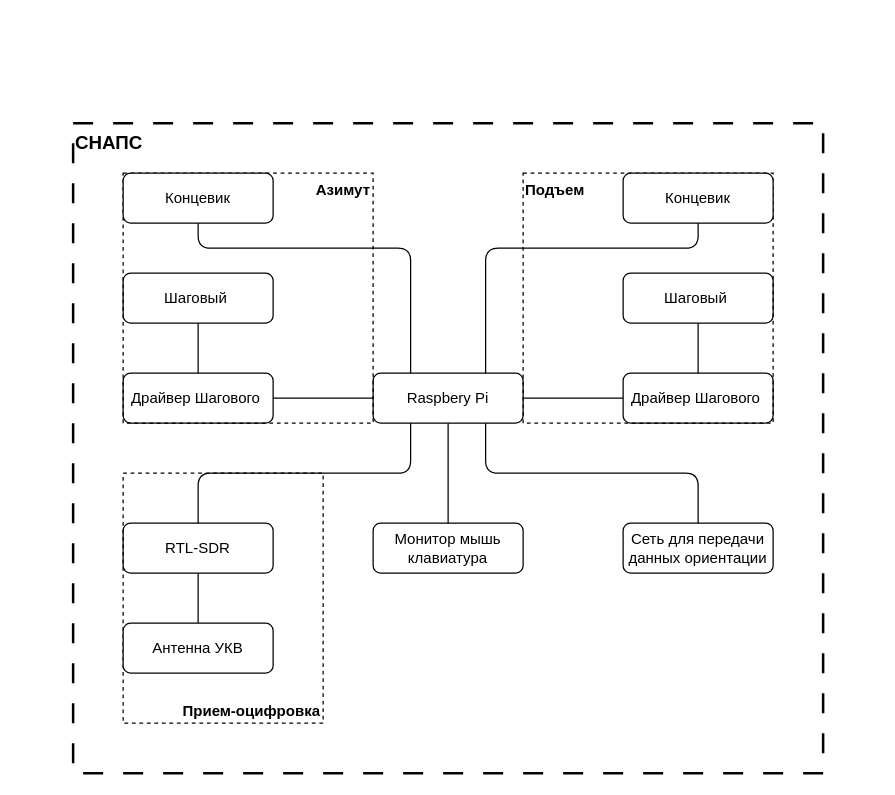
Earlier version of the draw.io diagram docs/Э1.drawio (Nik6820/stars-pcb). Source tidied: cells renumbered, new cells numbered last; positions are measured from the earlier drawing's top-left corner, leaving out a move shared by most shapes. Both pictures are drawn from the tidied source at 125%, with x=0, y=0 at pixel (72, 122).
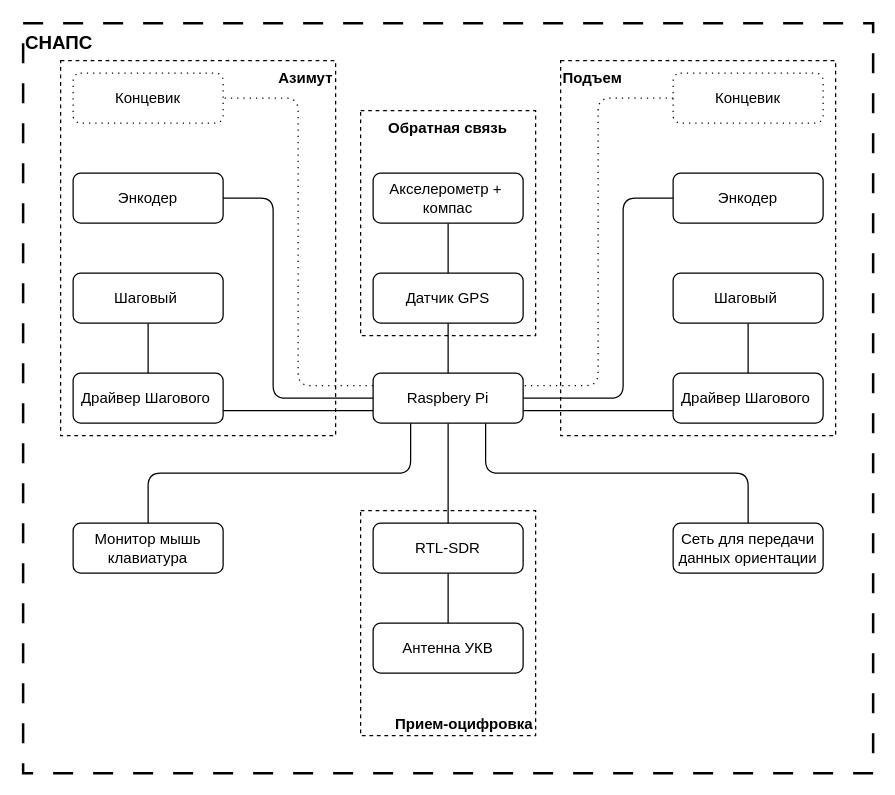
After the change.

Commit message (it also covers changes not shown here):
обновил схему

What changed in the source:
```diff
@@
+    <mxCell id="26" value="&lt;font style=&quot;font-size: 15px;&quot;&gt;СНАПС&lt;/font&gt;" style="rounded=0;whiteSpace=wrap;html=1;fillColor=none;dashed=1;dashPattern=8 8;strokeWidth=2;verticalAlign=top;align=left;fontStyle=1;" parent="1" vertex="1">
+      <mxGeometry x="-40" y="-80" width="680" height="600" as="geometry" />
+    </mxCell>
+    <mxCell id="27" value="Обратная связь" style="rounded=0;whiteSpace=wrap;html=1;dashed=1;fillColor=none;align=center;verticalAlign=top;fontStyle=1;" parent="1" vertex="1">
+      <mxGeometry x="230" y="-10" width="140" height="180" as="geometry" />
+    </mxCell>
+    <mxCell id="12" value="Азимут" style="rounded=0;whiteSpace=wrap;html=1;fillColor=none;dashed=1;align=right;verticalAlign=top;fontStyle=1;" parent="1" vertex="1">
+      <mxGeometry x="-10" y="-50" width="220" height="300" as="geometry" />
+    </mxCell>
+    <mxCell id="13" value="Подъем" style="rounded=0;whiteSpace=wrap;html=1;gradientColor=none;fillColor=none;dashed=1;align=left;verticalAlign=top;fontStyle=1;" parent="1" vertex="1">
+      <mxGeometry x="390" y="-50" width="220" height="300" as="geometry" />
+    </mxCell>
@@
     <mxCell id="3" value="&lt;span style=&quot;color: rgb(0, 0, 0);&quot;&gt;Драйвер Шагового&amp;nbsp;&lt;/span&gt;" style="rounded=1;whiteSpace=wrap;html=1;" parent="1" vertex="1">
-      <mxGeometry x="40" y="200" width="120" height="40" as="geometry" />
+      <mxGeometry y="200" width="120" height="40" as="geometry" />
     </mxCell>
-    <mxCell id="4" style="edgeStyle=none;html=1;endArrow=none;endFill=0;" parent="1" edge="1" source="7" target="3">
+    <mxCell id="4" style="edgeStyle=none;html=1;endArrow=none;endFill=0;exitX=0;exitY=0.75;exitDx=0;exitDy=0;entryX=1;entryY=0.75;entryDx=0;entryDy=0;" parent="1" edge="1" source="7" target="3">
       <mxGeometry relative="1" as="geometry" />
     </mxCell>
-    <mxCell id="5" style="edgeStyle=none;html=1;endArrow=none;endFill=0;" parent="1" edge="1" source="7" target="10">
+    <mxCell id="5" style="edgeStyle=none;html=1;endArrow=none;endFill=0;exitX=1;exitY=0.75;exitDx=0;exitDy=0;entryX=0;entryY=0.75;entryDx=0;entryDy=0;" parent="1" edge="1" source="7" target="10">
       <mxGeometry relative="1" as="geometry" />
     </mxCell>
@@
-    <mxCell id="7" value="&lt;span style=&quot;color: rgb(0, 0, 0);&quot;&gt;Raspbery Pi&lt;/span&gt;" style="rounded=1;whiteSpace=wrap;html=1;" parent="1" vertex="1">
-      <mxGeometry x="240" y="200" width="120" height="40" as="geometry" />
-    </mxCell>
     <mxCell id="8" value="&lt;span style=&quot;color: rgb(0, 0, 0);&quot;&gt;Шаговый&amp;nbsp;&lt;/span&gt;" style="rounded=1;whiteSpace=wrap;html=1;" parent="1" vertex="1">
-      <mxGeometry x="40" y="120" width="120" height="40" as="geometry" />
+      <mxGeometry y="120" width="120" height="40" as="geometry" />
     </mxCell>
@@
     <mxCell id="10" value="&lt;span style=&quot;color: rgb(0, 0, 0);&quot;&gt;Драйвер Шагового&amp;nbsp;&lt;/span&gt;" style="rounded=1;whiteSpace=wrap;html=1;" parent="1" vertex="1">
-      <mxGeometry x="440" y="200" width="120" height="40" as="geometry" />
+      <mxGeometry x="480" y="200" width="120" height="40" as="geometry" />
     </mxCell>
     <mxCell id="11" value="&lt;span style=&quot;color: rgb(0, 0, 0);&quot;&gt;Шаговый&amp;nbsp;&lt;/span&gt;" style="rounded=1;whiteSpace=wrap;html=1;" parent="1" vertex="1">
-      <mxGeometry x="440" y="120" width="120" height="40" as="geometry" />
+      <mxGeometry x="480" y="120" width="120" height="40" as="geometry" />
     </mxCell>
-    <mxCell id="12" value="Азимут" style="rounded=0;whiteSpace=wrap;html=1;fillColor=none;dashed=1;align=right;verticalAlign=top;fontStyle=1;" parent="1" vertex="1">
-      <mxGeometry x="40" y="40" width="200" height="200" as="geometry" />
-    </mxCell>
-    <mxCell id="13" value="Подъем" style="rounded=0;whiteSpace=wrap;html=1;gradientColor=none;fillColor=none;dashed=1;align=left;verticalAlign=top;fontStyle=1;" parent="1" vertex="1">
-      <mxGeometry x="360" y="40" width="200" height="200" as="geometry" />
-    </mxCell>
-    <mxCell id="14" value="Концевик" style="rounded=1;whiteSpace=wrap;html=1;" parent="1" vertex="1">
-      <mxGeometry x="440" y="40" width="120" height="40" as="geometry" />
+    <mxCell id="14" value="Концевик" style="rounded=1;whiteSpace=wrap;html=1;dashed=1;dashPattern=1 4;" parent="1" vertex="1">
+      <mxGeometry x="480" y="-40" width="120" height="40" as="geometry" />
     </mxCell>
     <mxCell id="15" value="Сеть для передачи данных ориентации" style="rounded=1;whiteSpace=wrap;html=1;" parent="1" vertex="1">
-      <mxGeometry x="440" y="320" width="120" height="40" as="geometry" />
+      <mxGeometry x="480" y="320" width="120" height="40" as="geometry" />
     </mxCell>
-    <mxCell id="16" style="endArrow=none;html=1;entryX=0.75;entryY=0;entryDx=0;entryDy=0;edgeStyle=elbowEdgeStyle;elbow=vertical;" parent="1" edge="1" source="14" target="7">
+    <mxCell id="16" style="endArrow=none;html=1;entryX=1;entryY=0.25;entryDx=0;entryDy=0;edgeStyle=elbowEdgeStyle;dashed=1;dashPattern=1 4;" parent="1" edge="1" source="14" target="7">
       <mxGeometry relative="1" as="geometry">
         <Array as="points">
-          <mxPoint x="410" y="100" />
+          <mxPoint x="420" y="100" />
         </Array>
       </mxGeometry>
     </mxCell>
@@
     <mxCell id="18" value="RTL-SDR" style="rounded=1;whiteSpace=wrap;html=1;" parent="1" vertex="1">
-      <mxGeometry x="40" y="320" width="120" height="40" as="geometry" />
+      <mxGeometry x="240" y="320" width="120" height="40" as="geometry" />
     </mxCell>
-    <mxCell id="19" style="endArrow=none;html=1;edgeStyle=elbowEdgeStyle;entryX=0.25;entryY=1;entryDx=0;entryDy=0;elbow=vertical;" parent="1" edge="1" source="18" target="7">
+    <mxCell id="19" style="endArrow=none;html=1;edgeStyle=elbowEdgeStyle;entryX=0.5;entryY=1;entryDx=0;entryDy=0;elbow=vertical;" parent="1" edge="1" source="18" target="7">
       <mxGeometry relative="1" as="geometry" />
     </mxCell>
-    <mxCell id="20" style="endArrow=none;html=1;" parent="1" edge="1" source="7" target="21">
+    <mxCell id="20" style="endArrow=none;html=1;exitX=0.25;exitY=1;exitDx=0;exitDy=0;edgeStyle=elbowEdgeStyle;elbow=vertical;" parent="1" edge="1" source="7" target="21">
       <mxGeometry relative="1" as="geometry" />
     </mxCell>
     <mxCell id="21" value="Монитор мышь клавиатура" style="rounded=1;whiteSpace=wrap;html=1;" parent="1" vertex="1">
-      <mxGeometry x="240" y="320" width="120" height="40" as="geometry" />
+      <mxGeometry y="320" width="120" height="40" as="geometry" />
     </mxCell>
-    <mxCell id="22" value="Концевик" style="rounded=1;whiteSpace=wrap;html=1;" parent="1" vertex="1">
-      <mxGeometry x="40" y="40" width="120" height="40" as="geometry" />
+    <mxCell id="22" value="Концевик" style="rounded=1;whiteSpace=wrap;html=1;dashed=1;dashPattern=1 4;" parent="1" vertex="1">
+      <mxGeometry y="-40" width="120" height="40" as="geometry" />
     </mxCell>
-    <mxCell id="23" style="endArrow=none;html=1;edgeStyle=elbowEdgeStyle;elbow=vertical;exitX=0.25;exitY=0;exitDx=0;exitDy=0;" parent="1" edge="1" source="7" target="22">
-      <mxGeometry relative="1" as="geometry">
-        <Array as="points">
-          <mxPoint x="190" y="100" />
-        </Array>
-      </mxGeometry>
+    <mxCell id="23" style="endArrow=none;html=1;edgeStyle=elbowEdgeStyle;exitX=0;exitY=0.25;exitDx=0;exitDy=0;dashed=1;dashPattern=1 4;" parent="1" edge="1" source="7" target="22">
+      <mxGeometry relative="1" as="geometry" />
     </mxCell>
     <mxCell id="24" value="Прием-оцифровка" style="rounded=0;whiteSpace=wrap;html=1;fillColor=none;dashed=1;align=right;verticalAlign=bottom;fontStyle=1;" parent="1" vertex="1">
-      <mxGeometry x="40" y="280" width="160" height="200" as="geometry" />
+      <mxGeometry x="230" y="310" width="140" height="180" as="geometry" />
     </mxCell>
     <mxCell id="25" value="Антенна УКВ" style="rounded=1;whiteSpace=wrap;html=1;" parent="1" vertex="1">
-      <mxGeometry x="40" y="400" width="120" height="40" as="geometry" />
+      <mxGeometry x="240" y="400" width="120" height="40" as="geometry" />
     </mxCell>
-    <mxCell id="26" value="&lt;font style=&quot;font-size: 15px;&quot;&gt;СНАПС&lt;/font&gt;" style="rounded=0;whiteSpace=wrap;html=1;fillColor=none;dashed=1;dashPattern=8 8;strokeWidth=2;verticalAlign=top;align=left;fontStyle=1;" parent="1" vertex="1">
-      <mxGeometry width="600" height="520" as="geometry" />
-    </mxCell>
+    <mxCell id="28" style="edgeStyle=none;html=1;endArrow=none;endFill=0;" parent="1" edge="1" source="29" target="7">
+      <mxGeometry relative="1" as="geometry" />
+    </mxCell>
+    <mxCell id="29" value="Датчик GPS" style="rounded=1;whiteSpace=wrap;html=1;" parent="1" vertex="1">
+      <mxGeometry x="240" y="120" width="120" height="40" as="geometry" />
+    </mxCell>
+    <mxCell id="30" value="Энкодер" style="rounded=1;whiteSpace=wrap;html=1;" parent="1" vertex="1">
+      <mxGeometry x="480" y="40" width="120" height="40" as="geometry" />
+    </mxCell>
+    <mxCell id="31" style="edgeStyle=none;html=1;endArrow=none;endFill=0;" parent="1" edge="1" source="32" target="29">
+      <mxGeometry relative="1" as="geometry" />
+    </mxCell>
+    <mxCell id="32" value="Акселерометр +&amp;nbsp; компас" style="rounded=1;whiteSpace=wrap;html=1;" parent="1" vertex="1">
+      <mxGeometry x="240" y="40" width="120" height="40" as="geometry" />
+    </mxCell>
+    <mxCell id="33" style="endArrow=none;html=1;edgeStyle=elbowEdgeStyle;exitX=1;exitY=0.5;exitDx=0;exitDy=0;" parent="1" edge="1" source="7" target="30">
+      <mxGeometry relative="1" as="geometry">
+        <Array as="points">
+          <mxPoint x="440" y="140" />
+        </Array>
+      </mxGeometry>
+    </mxCell>
+    <mxCell id="34" value="Энкодер" style="rounded=1;whiteSpace=wrap;html=1;" parent="1" vertex="1">
+      <mxGeometry y="40" width="120" height="40" as="geometry" />
+    </mxCell>
+    <mxCell id="35" style="endArrow=none;html=1;edgeStyle=elbowEdgeStyle;exitX=0;exitY=0.5;exitDx=0;exitDy=0;" parent="1" edge="1" source="7" target="34">
+      <mxGeometry relative="1" as="geometry">
+        <Array as="points">
+          <mxPoint x="160" y="140" />
+        </Array>
+      </mxGeometry>
+    </mxCell>
+    <mxCell id="7" value="&lt;span style=&quot;color: rgb(0, 0, 0);&quot;&gt;Raspbery Pi&lt;/span&gt;" style="rounded=1;whiteSpace=wrap;html=1;" parent="1" vertex="1">
+      <mxGeometry x="240" y="200" width="120" height="40" as="geometry" />
+    </mxCell>
```
